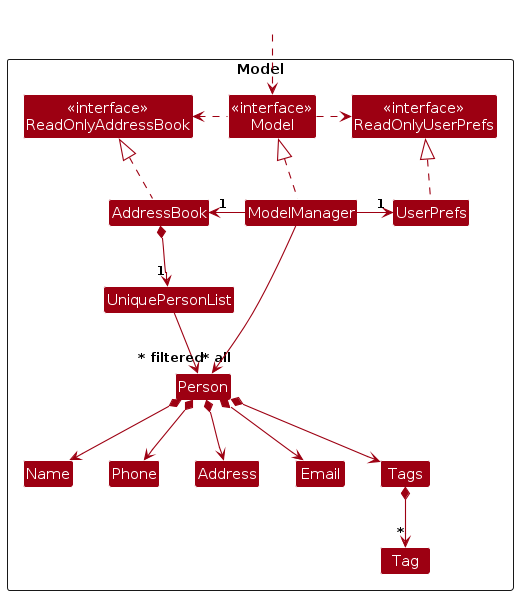
Earlier version of the PlantUML export diagrams/ModelClassDiagram.png (aureliony/tp). Its source is kept beside it as diagrams/ModelClassDiagram.puml.
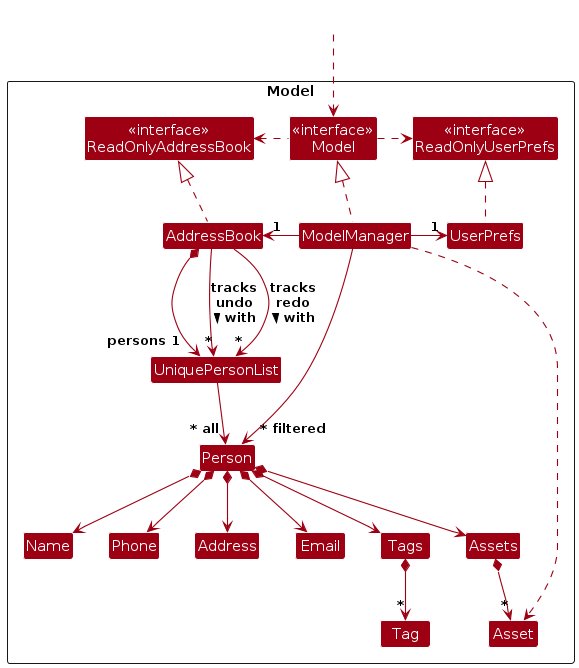
The same diagram one commit later.

Diff of the diagram source:
```diff
@@ -21,6 +21,8 @@
 Class Phone
 Class Tags
 Class Tag
+Class Assets
+Class Asset
 
 Class I #FFFFFF
 }
@@ -35,16 +37,21 @@
 Model .left.> ReadOnlyAddressBook
 ModelManager -left-> "1" AddressBook
 ModelManager -right-> "1" UserPrefs
+ModelManager ..> Asset
 UserPrefs .up.|> ReadOnlyUserPrefs
 
-AddressBook *--> "1" UniquePersonList
+AddressBook *--> "persons 1" UniquePersonList
+AddressBook --> "~*" UniquePersonList : tracks\nundo\nwith >
+AddressBook --> "~*" UniquePersonList : tracks\nredo\nwith >
 UniquePersonList --> "~* all" Person
 Person *--> Name
 Person *--> Phone
 Person *--> Email
 Person *--> Address
 Person *--> Tags
+Person *--> Assets
 Tags *--> "*" Tag
+Assets *--> "*" Asset
 
 Person -[hidden]up--> I
 
```
